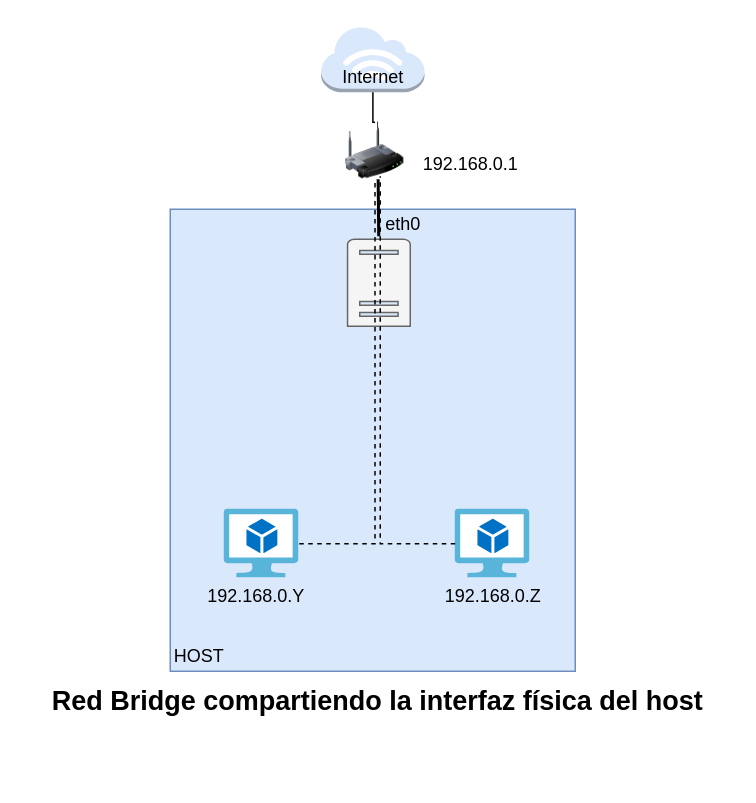
Before: modulo7/img/red_bridge2.drawio in josedom24/curso_virtualizacion_linux, a draw.io diagram. Source tidied: cells renumbered, new cells numbered last; positions are measured from the earlier drawing's top-left corner, leaving out a move shared by most shapes. Both pictures are drawn from the tidied source at 150%, with x=0, y=0 at pixel (24, 26).
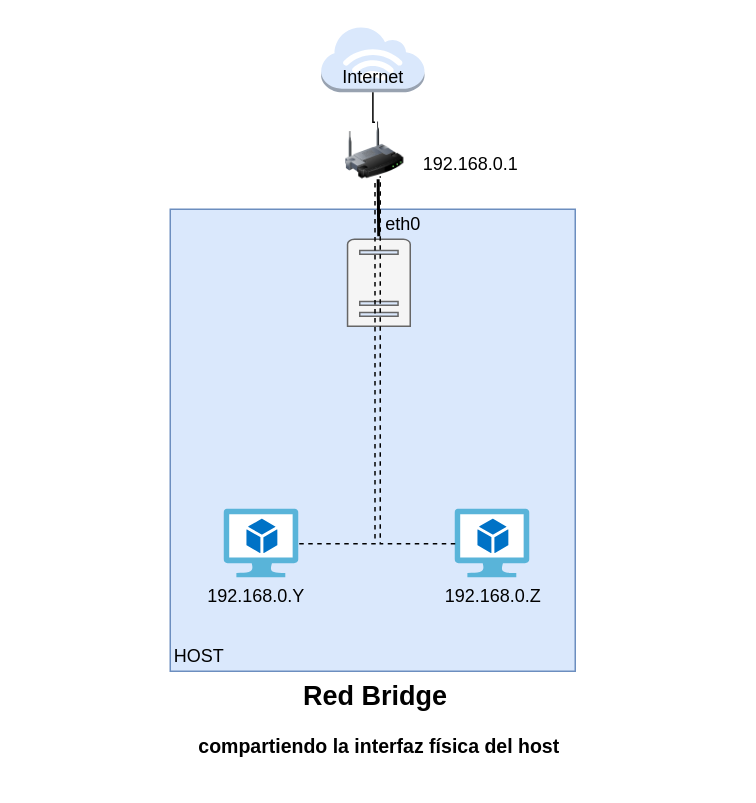
After the change.

Diff of the diagram source:
```diff
@@
-    <mxCell id="13" value="&lt;h2&gt;&lt;font size=&quot;1&quot;&gt;&lt;b style=&quot;font-size: 18px&quot;&gt;Red Bridge &lt;/b&gt;&lt;/font&gt;compartiendo la interfaz física del host&lt;font size=&quot;1&quot;&gt;&lt;b style=&quot;font-size: 18px&quot;&gt;&lt;/b&gt;&lt;/font&gt;&lt;/h2&gt;" style="text;html=1;align=center;verticalAlign=middle;fillColor=none;strokeColor=none;rounded=0;" parent="1" vertex="1">
-      <mxGeometry x="0.2" y="425" width="470" height="50" as="geometry" />
+    <mxCell id="13" value="&lt;h2&gt;&lt;font size=&quot;1&quot;&gt;&lt;b style=&quot;font-size: 18px&quot;&gt;Red Bridge&amp;nbsp;&lt;/b&gt;&lt;/font&gt;&lt;/h2&gt;&lt;h2 style=&quot;font-size: 13px;&quot;&gt;compartiendo la interfaz física del host&lt;font style=&quot;font-size: 13px;&quot;&gt;&lt;b style=&quot;&quot;&gt;&lt;/b&gt;&lt;/font&gt;&lt;/h2&gt;" style="text;html=1;align=center;verticalAlign=middle;fillColor=none;strokeColor=none;rounded=0;" parent="1" vertex="1">
+      <mxGeometry x="96.1" y="420" width="280" height="80" as="geometry" />
     </mxCell>
```
